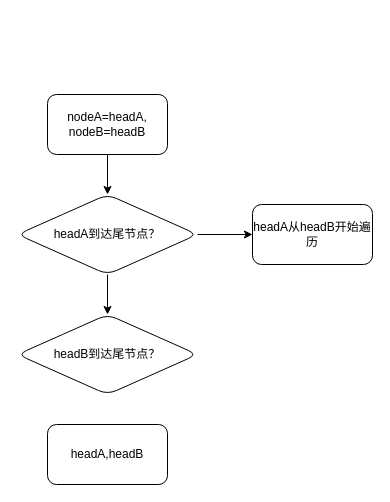
Above: 未命名绘图.drawio in HonyoLAN/telmy (draw.io), before the change. Source tidied: cells renumbered, new cells numbered last; positions are measured from the earlier drawing's top-left corner, leaving out a move shared by most shapes. Both pictures are drawn from the tidied source at 100%, with x=0, y=0 at pixel (17, 94).
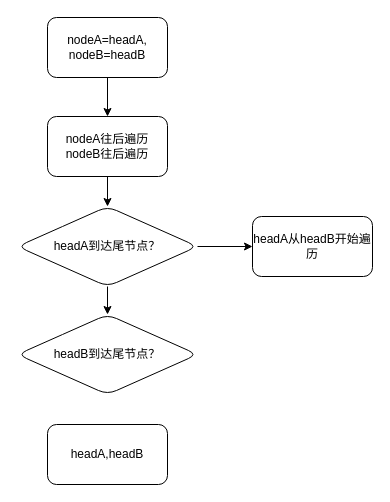
The same page after the edit.

Commit message (it also covers changes not shown here):
更新未命名绘图.drawio

The edit, as a diff of the source:
```diff
@@
 <mxGraphModel>
   <root>
     <mxCell id="0" />
     <mxCell id="1" parent="0" />
-    <mxCell id="2" style="edgeStyle=orthogonalEdgeStyle;rounded=0;jettySize=auto;html=1;" parent="1" edge="1" source="3" target="7">
-      <mxGeometry relative="1" as="geometry" />
-    </mxCell>
+    <mxCell id="10" style="edgeStyle=orthogonalEdgeStyle;rounded=0;jettySize=auto;html=1;" parent="1" edge="1" source="3" target="12">
+      <mxGeometry relative="1" as="geometry" />
+    </mxCell>
     <mxCell id="3" value="nodeA=headA,&lt;br&gt;nodeB=headB" style="rounded=1;whiteSpace=wrap;html=1;" parent="1" vertex="1">
-      <mxGeometry x="30" width="120" height="60" as="geometry" />
+      <mxGeometry x="30" y="-77" width="120" height="60" as="geometry" />
     </mxCell>
     <mxCell id="4" value="headA,headB" style="rounded=1;whiteSpace=wrap;html=1;" parent="1" vertex="1">
       <mxGeometry x="30" y="330" width="120" height="60" as="geometry" />
     </mxCell>
     <mxCell id="5" style="edgeStyle=orthogonalEdgeStyle;rounded=0;jettySize=auto;html=1;" parent="1" edge="1" source="7" target="9">
       <mxGeometry relative="1" as="geometry" />
     </mxCell>
     <mxCell id="6" style="edgeStyle=orthogonalEdgeStyle;rounded=0;jettySize=auto;html=1;" parent="1" edge="1" source="7" target="8">
       <mxGeometry relative="1" as="geometry" />
     </mxCell>
     <mxCell id="7" value="headA到达尾节点？" style="rhombus;whiteSpace=wrap;html=1;rounded=1;" parent="1" vertex="1">
-      <mxGeometry y="100" width="180" height="80" as="geometry" />
+      <mxGeometry y="112" width="180" height="80" as="geometry" />
     </mxCell>
     <mxCell id="8" value="headB到达尾节点？" style="rhombus;whiteSpace=wrap;html=1;rounded=1;" parent="1" vertex="1">
       <mxGeometry y="220" width="180" height="80" as="geometry" />
     </mxCell>
     <mxCell id="9" value="headA从headB开始遍历" style="whiteSpace=wrap;html=1;rounded=1;" parent="1" vertex="1">
-      <mxGeometry x="235" y="110" width="120" height="60" as="geometry" />
+      <mxGeometry x="235" y="122" width="120" height="60" as="geometry" />
     </mxCell>
+    <mxCell id="11" style="edgeStyle=orthogonalEdgeStyle;rounded=0;jettySize=auto;html=1;" parent="1" edge="1" source="12" target="7">
+      <mxGeometry relative="1" as="geometry" />
+    </mxCell>
+    <mxCell id="12" value="nodeA往后遍历&lt;br&gt;nodeB往后遍历" style="rounded=1;whiteSpace=wrap;html=1;" parent="1" vertex="1">
+      <mxGeometry x="30" y="22" width="120" height="60" as="geometry" />
+    </mxCell>
   </root>
 </mxGraphModel>
```
